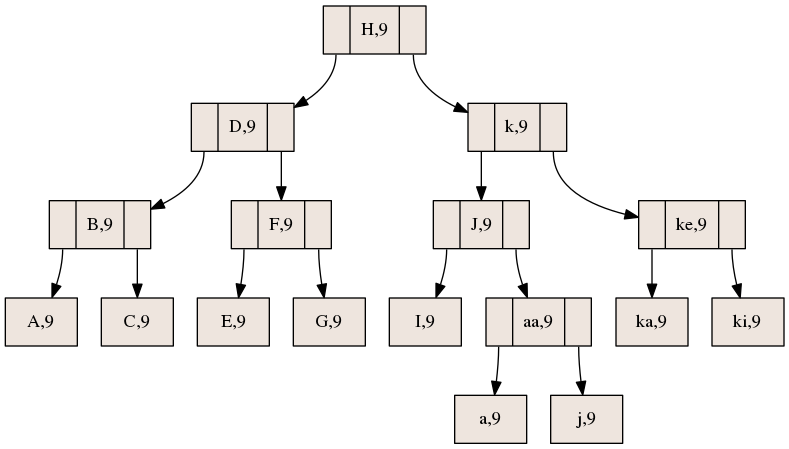
Before: ArbolAVL.png, a diagram exported from Graphviz (SergioFerrer9/Arboles). Its source is kept beside it as ArbolAVL.dot.
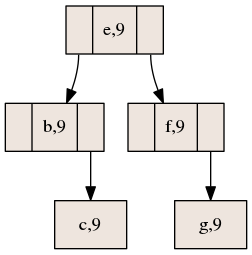
The same file after the commit.

Change to the diagram source:
```diff
@@ -2,54 +2,18 @@
  rankdir=TB;
 node [
 shape =record, fillcolor=seashell2, style =filled, ];
-"nodo8"
-[ label="<C0>| H,9|<C1>"];
-"nodo4"
-[ label="<C0>| D,9|<C1>"];
+"nodo5"
+[ label="<C0>| e,9|<C1>"];
 "nodo2"
-[ label="<C0>| B,9|<C1>"];
-"nodo1"
-[ label=" A,9"];
-nodo2:C0->nodo1
+[ label="<C0>| b,9|<C1>"];
 "nodo3"
-[ label=" C,9"];
+[ label=" c,9"];
 nodo2:C1->nodo3
-nodo4:C0->nodo2
+nodo5:C0->nodo2
 "nodo6"
-[ label="<C0>| F,9|<C1>"];
-"nodo5"
-[ label=" E,9"];
-nodo6:C0->nodo5
+[ label="<C0>| f,9|<C1>"];
 "nodo7"
-[ label=" G,9"];
+[ label=" g,9"];
 nodo6:C1->nodo7
-nodo4:C1->nodo6
-nodo8:C0->nodo4
-"nodo13"
-[ label="<C0>| k,9|<C1>"];
-"nodo11"
-[ label="<C0>| J,9|<C1>"];
-"nodo9"
-[ label=" I,9"];
-nodo11:C0->nodo9
-"nodo17"
-[ label="<C0>| aa,9|<C1>"];
-"nodo18"
-[ label=" a,9"];
-nodo17:C0->nodo18
-"nodo12"
-[ label=" j,9"];
-nodo17:C1->nodo12
-nodo11:C1->nodo17
-nodo13:C0->nodo11
-"nodo15"
-[ label="<C0>| ke,9|<C1>"];
-"nodo14"
-[ label=" ka,9"];
-nodo15:C0->nodo14
-"nodo16"
-[ label=" ki,9"];
-nodo15:C1->nodo16
-nodo13:C1->nodo15
-nodo8:C1->nodo13
+nodo5:C1->nodo6
 }
```
